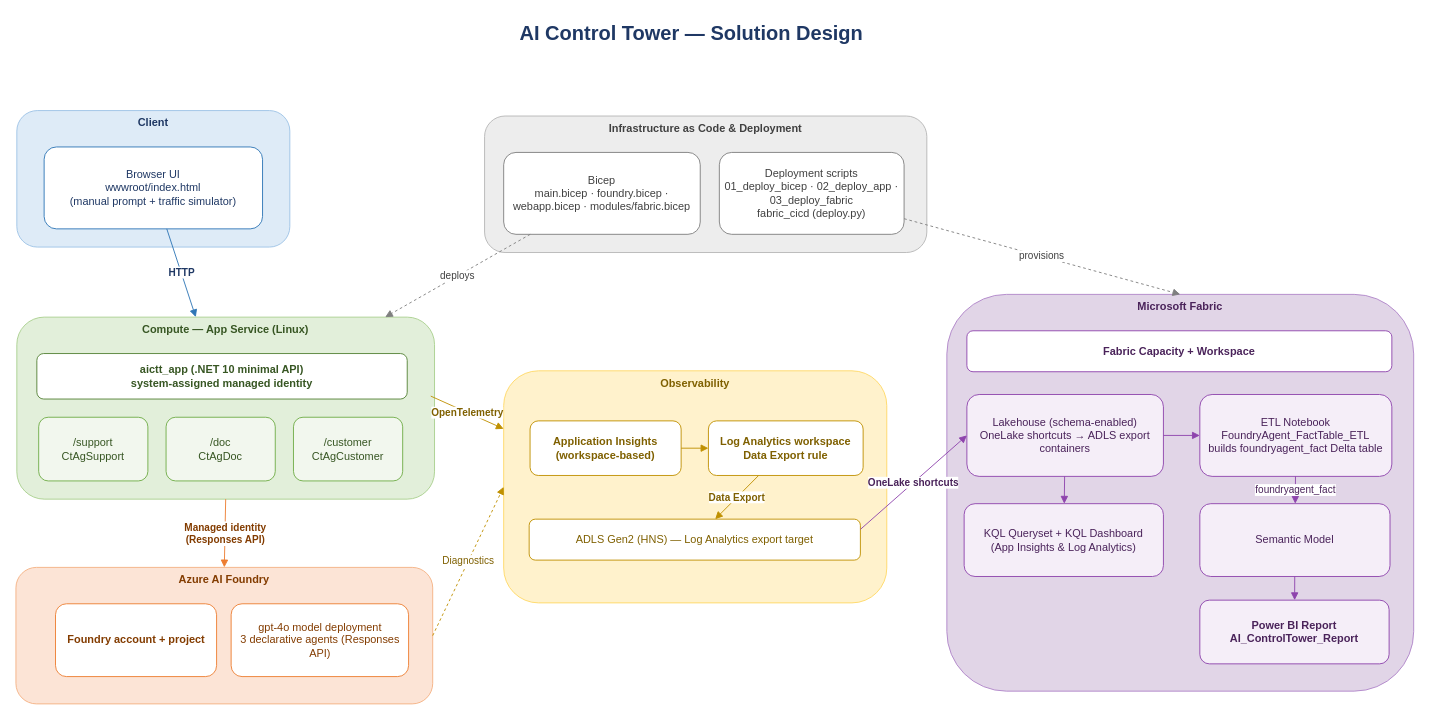
This is page "AI Control Tower" (1 of 2) of docs/agent-control-tower-solution.drawio from qkfang/ai-control-tower, a draw.io file, before an edit. Source tidied: cells renumbered, new cells numbered last; positions are measured from the earlier drawing's top-left corner, leaving out a move shared by most shapes. Both pictures are drawn from the tidied source at 91%, with x=0, y=0 at pixel (15, 15).
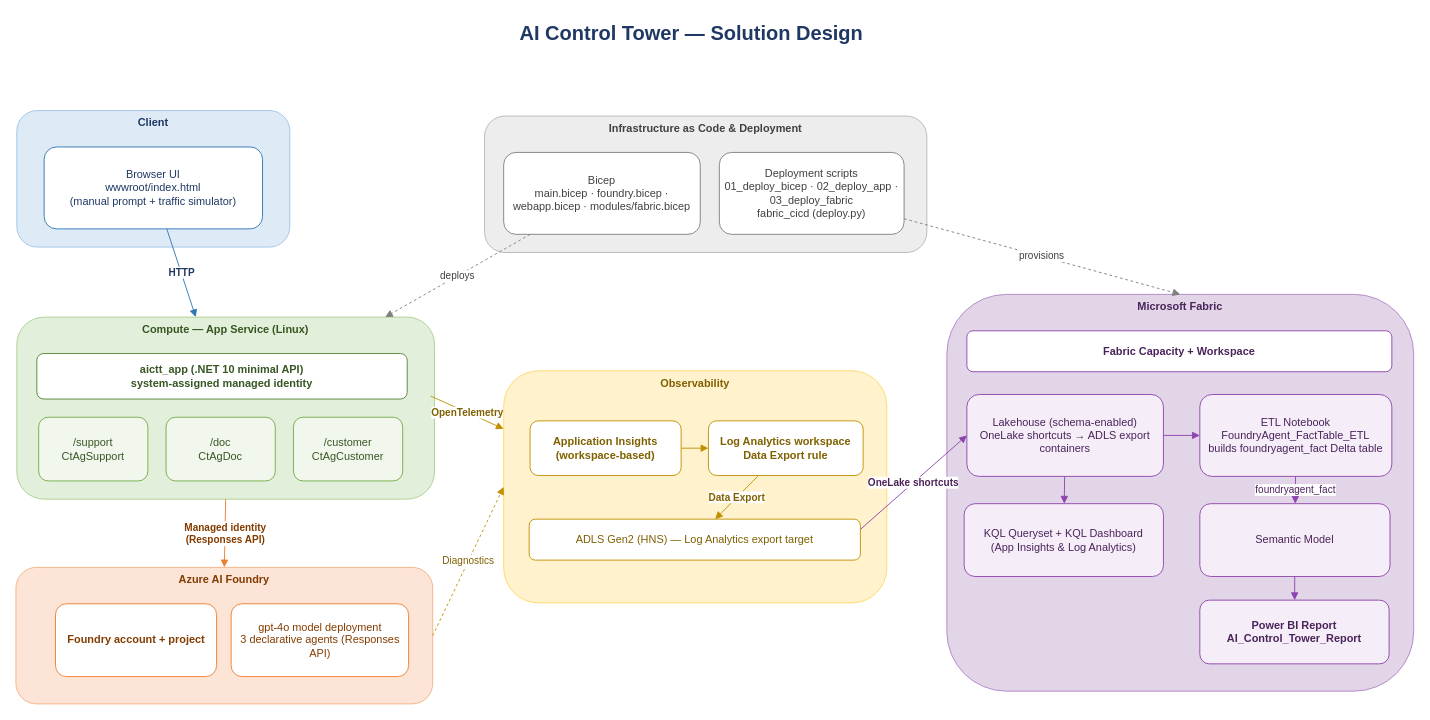
After the change.

Commit message (it also covers changes not shown here):
Refactor app name to "AI_Control_Tower_App" in package.json and package-lock.json; update rayfin.yml and add KQL query files for monitoring and exploration

Diff of the diagram source:
```diff
@@
-    <mxCell id="23" value="Power BI Report&#10;AI_ControlTower_Report" style="rounded=1;whiteSpace=wrap;html=1;fillColor=#F5EEF8;strokeColor=#8E44AD;fontColor=#4A235A;fontStyle=1;" parent="1" vertex="1">
+    <mxCell id="23" value="Power BI Report&#10;AI_Control_Tower_Report" style="rounded=1;whiteSpace=wrap;html=1;fillColor=#F5EEF8;strokeColor=#8E44AD;fontColor=#4A235A;fontStyle=1;" parent="1" vertex="1">
       <mxGeometry x="1301" y="642" width="208" height="70" as="geometry" />
     </mxCell>
```
